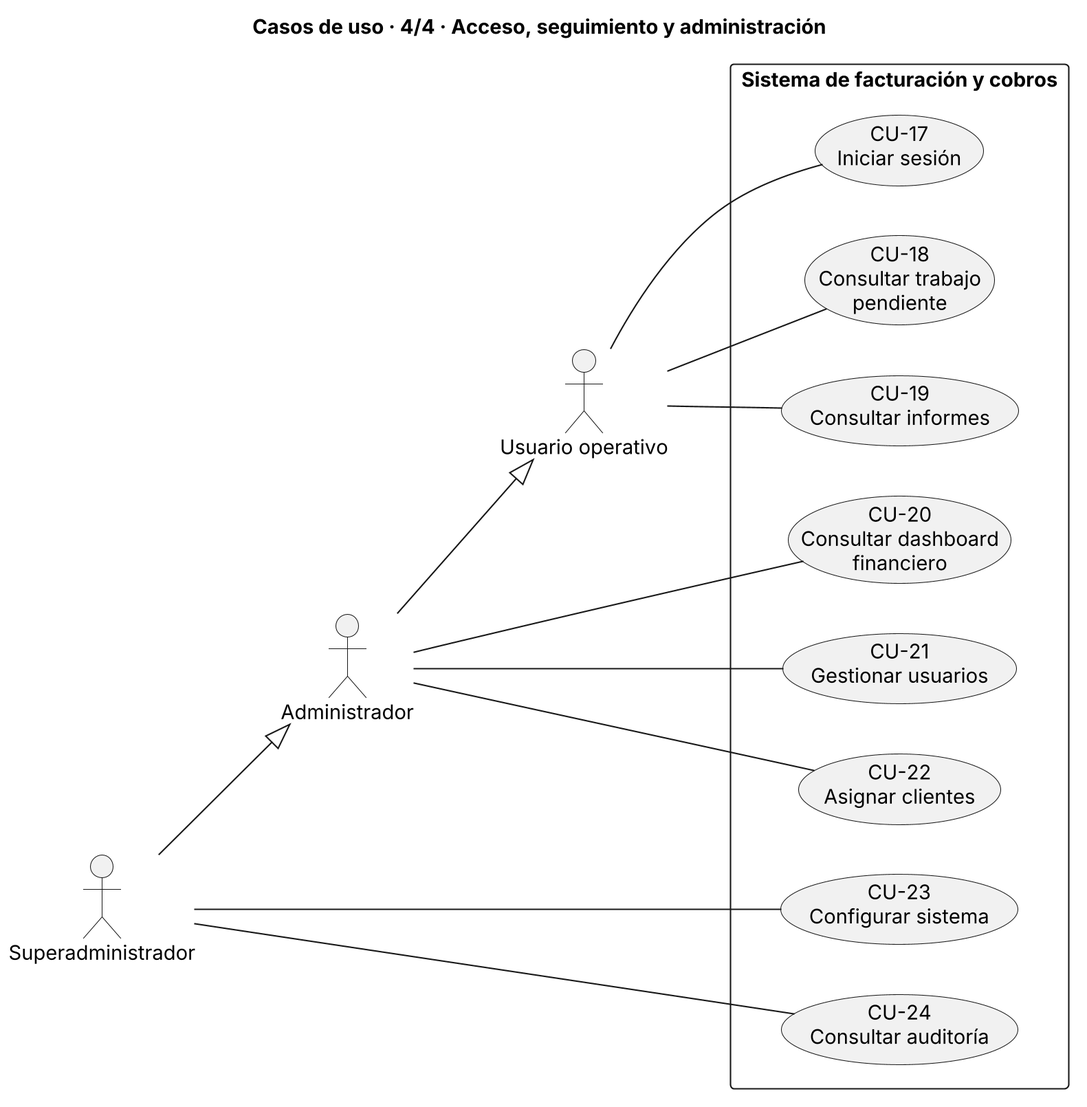
Above: Casos_De_Uso/Casos de uso Jorge/diagramas/diagrama_4_seguimiento_administracion.png in shadow-251/Trabajo-ADAP (PlantUML), before the change.
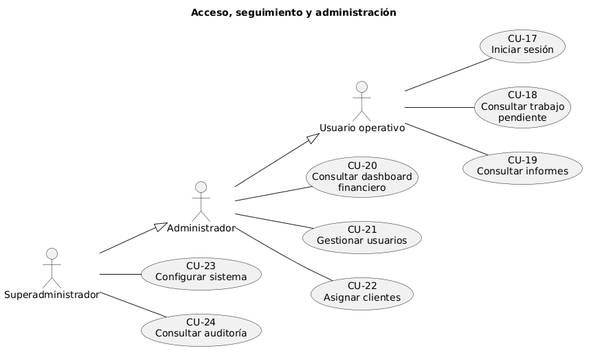
After the commit.

Commit message:
Diagramas de casos de uso actualizado

Change to the diagram source:
```diff
@@ -1,6 +1,5 @@
-@startuml diagrama_4_seguimiento_administracion
-skinparamlocked dpi 200
-title Casos de uso · 4/4 · Acceso, seguimiento y administración
+@startuml
+title Acceso, seguimiento y administración
 
 left to right direction
 
@@ -11,16 +10,14 @@
 ADM --|> UO
 SA --|> ADM
 
-rectangle "Sistema de facturación y cobros" {
-  usecase "CU-17\nIniciar sesión" as CU17
-  usecase "CU-18\nConsultar trabajo\npendiente" as CU18
-  usecase "CU-19\nConsultar informes" as CU19
-  usecase "CU-20\nConsultar dashboard\nfinanciero" as CU20
-  usecase "CU-21\nGestionar usuarios" as CU21
-  usecase "CU-22\nAsignar clientes" as CU22
-  usecase "CU-23\nConfigurar sistema" as CU23
-  usecase "CU-24\nConsultar auditoría" as CU24
-}
+usecase "CU-17\nIniciar sesión" as CU17
+usecase "CU-18\nConsultar trabajo\npendiente" as CU18
+usecase "CU-19\nConsultar informes" as CU19
+usecase "CU-20\nConsultar dashboard\nfinanciero" as CU20
+usecase "CU-21\nGestionar usuarios" as CU21
+usecase "CU-22\nAsignar clientes" as CU22
+usecase "CU-23\nConfigurar sistema" as CU23
+usecase "CU-24\nConsultar auditoría" as CU24
 
 UO -- CU17
 UO -- CU18
@@ -30,5 +27,4 @@
 ADM -- CU22
 SA -- CU23
 SA -- CU24
-
 @enduml
```
